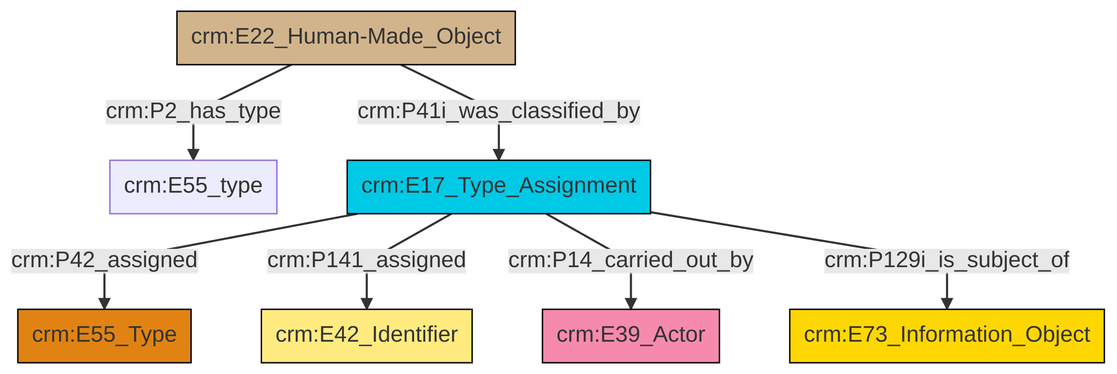
Above: et/builtWorkCSV/ttl/mmd/png/Built_Work_designation_status.png in swiss-art-research-net/reference-data-models (Mermaid), before the change. Its source is kept beside it as et/builtWorkCSV/ttl/mmd/Built_Work_designation_status.ttl.mmd. Its diagram source:
```mermaid
graph TD
classDef Literal fill:#f2f2f2,stroke:#000000;
classDef CRM_Entity fill:#FFFFFF,stroke:#000000;
classDef Temporal_Entity fill:#00C9E6, stroke:#000000;
classDef Type fill:#E18312, stroke:#000000;
classDef Time-Span fill:#2C9C91, stroke:#000000;
classDef Appellation fill:#FFEB7F, stroke:#000000;
classDef Place fill:#008836, stroke:#000000;
classDef Persistent_Item fill:#B266B2, stroke:#000000;
classDef Conceptual_Object fill:#FFD700, stroke:#000000;
classDef Physical_Thing fill:#D2B48C, stroke:#000000;
classDef Actor fill:#f58aad, stroke:#000000;
classDef PC_Classes fill:#4ce600, stroke:#000000;
classDef Multi fill:#cccccc,stroke:#000000;

4["crm:E17_Type_Assignment"]:::Temporal_Entity -->|crm:P42_assigned| 5["crm:E55_Type"]:::Type
4["crm:E17_Type_Assignment"]:::Temporal_Entity -->|crm:P141_assigned| 9["crm:E42_Identifier"]:::Appellation
4["crm:E17_Type_Assignment"]:::Temporal_Entity -->|crm:P14_carried_out_by| 2["crm:E39_Actor"]:::Actor
11["crm:E22_Human-Made_Object"]:::Physical_Thing -->|crm:P2_has_type| 0["crm:E55_type"]:::Default
4["crm:E17_Type_Assignment"]:::Temporal_Entity -->|crm:P129i_is_subject_of| 7["crm:E73_Information_Object"]:::Conceptual_Object
11["crm:E22_Human-Made_Object"]:::Physical_Thing -->|crm:P41i_was_classified_by| 4["crm:E17_Type_Assignment"]:::Temporal_Entity
```
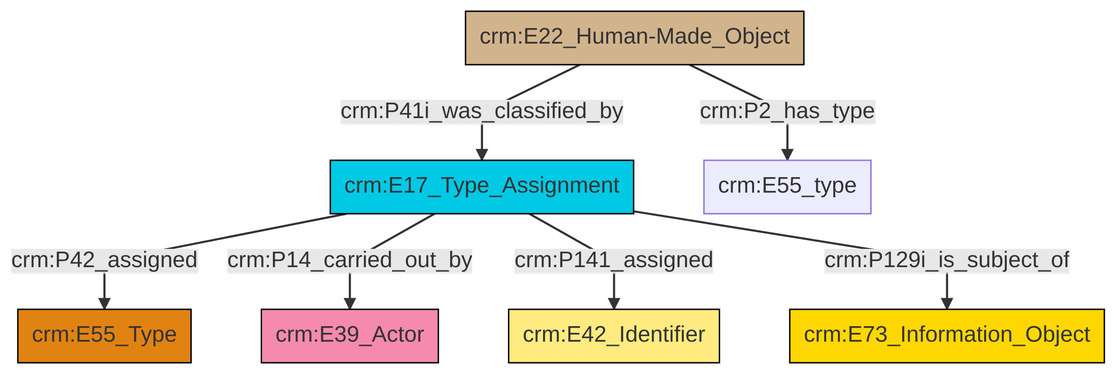
After the commit.

What changed in the source:
```diff
@@ -13,9 +13,9 @@
 classDef PC_Classes fill:#4ce600, stroke:#000000;
 classDef Multi fill:#cccccc,stroke:#000000;
 
-4["crm:E17_Type_Assignment"]:::Temporal_Entity -->|crm:P42_assigned| 5["crm:E55_Type"]:::Type
-4["crm:E17_Type_Assignment"]:::Temporal_Entity -->|crm:P141_assigned| 9["crm:E42_Identifier"]:::Appellation
-4["crm:E17_Type_Assignment"]:::Temporal_Entity -->|crm:P14_carried_out_by| 2["crm:E39_Actor"]:::Actor
-11["crm:E22_Human-Made_Object"]:::Physical_Thing -->|crm:P2_has_type| 0["crm:E55_type"]:::Default
-4["crm:E17_Type_Assignment"]:::Temporal_Entity -->|crm:P129i_is_subject_of| 7["crm:E73_Information_Object"]:::Conceptual_Object
-11["crm:E22_Human-Made_Object"]:::Physical_Thing -->|crm:P41i_was_classified_by| 4["crm:E17_Type_Assignment"]:::Temporal_Entity
+0["crm:E17_Type_Assignment"]:::Temporal_Entity -->|crm:P42_assigned| 2["crm:E55_Type"]:::Type
+0["crm:E17_Type_Assignment"]:::Temporal_Entity -->|crm:P14_carried_out_by| 3["crm:E39_Actor"]:::Actor
+0["crm:E17_Type_Assignment"]:::Temporal_Entity -->|crm:P141_assigned| 7["crm:E42_Identifier"]:::Appellation
+0["crm:E17_Type_Assignment"]:::Temporal_Entity -->|crm:P129i_is_subject_of| 5["crm:E73_Information_Object"]:::Conceptual_Object
+10["crm:E22_Human-Made_Object"]:::Physical_Thing -->|crm:P2_has_type| 8["crm:E55_type"]:::Default
+10["crm:E22_Human-Made_Object"]:::Physical_Thing -->|crm:P41i_was_classified_by| 0["crm:E17_Type_Assignment"]:::Temporal_Entity
```
